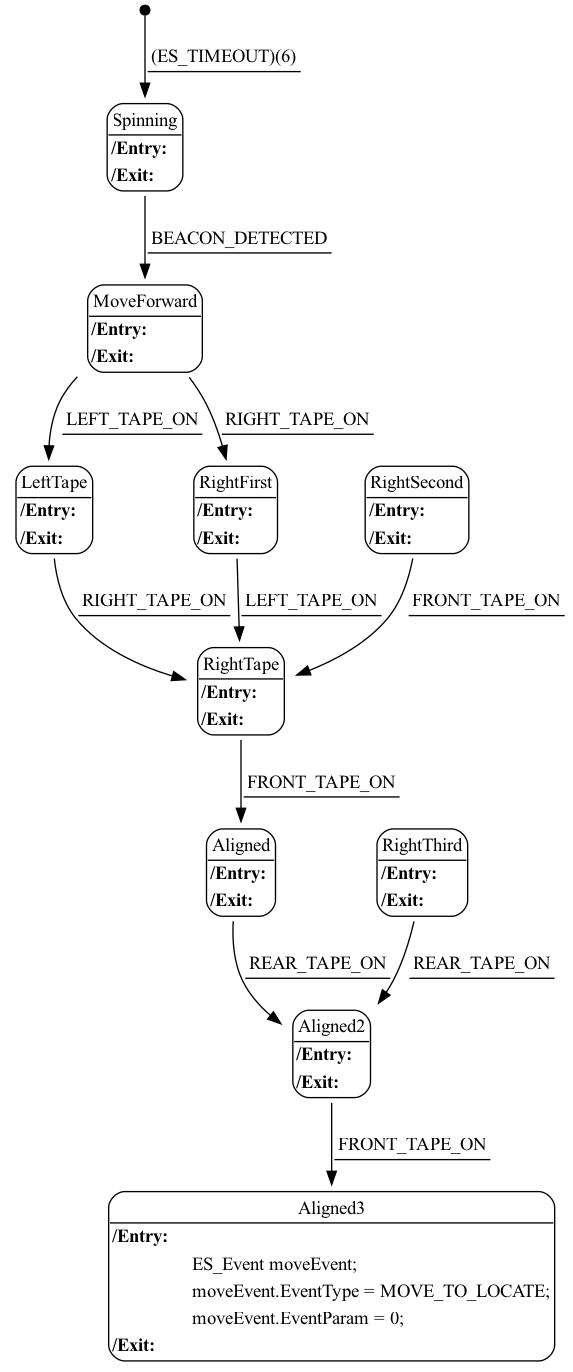
Before: final.X/StartingSubHSM.c.png, a diagram exported from Graphviz (kjconway5/ece118final). Its source is kept beside it as final.X/StartingSubHSM.c.gv. The source it was exported from:
```dot
digraph fsm {

InitPSubState[shape = "point", color = "black",style="filled",width=.1,forcelabels=false];

    node [shape=plaintext]

    Spinning [label=<<TABLE BORDER="1" CELLBORDER="0" CELLSPACING="0" style="rounded">
        <TR>
            <TD BORDER="1" SIDES="B">Spinning</TD>
        </TR>
        <TR>
            <TD ALIGN="LEFT"><B>/Entry: </B></TD>
        </TR>
        <TR>
            <TD ALIGN="LEFT"><B>/Exit: </B></TD>
        </TR>
</TABLE>>];


    MoveForward [label=<<TABLE BORDER="1" CELLBORDER="0" CELLSPACING="0" style="rounded">
        <TR>
            <TD BORDER="1" SIDES="B">MoveForward</TD>
        </TR>
        <TR>
            <TD ALIGN="LEFT"><B>/Entry: </B></TD>
        </TR>
        <TR>
            <TD ALIGN="LEFT"><B>/Exit: </B></TD>
        </TR>
</TABLE>>];


    LeftTape [label=<<TABLE BORDER="1" CELLBORDER="0" CELLSPACING="0" style="rounded">
        <TR>
            <TD BORDER="1" SIDES="B">LeftTape</TD>
        </TR>
        <TR>
            <TD ALIGN="LEFT"><B>/Entry: </B></TD>
        </TR>
        <TR>
            <TD ALIGN="LEFT"><B>/Exit: </B></TD>
        </TR>
</TABLE>>];


    RightTape [label=<<TABLE BORDER="1" CELLBORDER="0" CELLSPACING="0" style="rounded">
        <TR>
            <TD BORDER="1" SIDES="B">RightTape</TD>
        </TR>
        <TR>
            <TD ALIGN="LEFT"><B>/Entry: </B></TD>
        </TR>
        <TR>
            <TD ALIGN="LEFT"><B>/Exit: </B></TD>
        </TR>
</TABLE>>];


    Aligned [label=<<TABLE BORDER="1" CELLBORDER="0" CELLSPACING="0" style="rounded">
        <TR>
            <TD BORDER="1" SIDES="B">Aligned</TD>
        </TR>
        <TR>
            <TD ALIGN="LEFT"><B>/Entry: </B></TD>
        </TR>
        <TR>
            <TD ALIGN="LEFT"><B>/Exit: </B></TD>
        </TR>
</TABLE>>];


    Aligned2 [label=<<TABLE BORDER="1" CELLBORDER="0" CELLSPACING="0" style="rounded">
        <TR>
            <TD BORDER="1" SIDES="B">Aligned2</TD>
        </TR>
        <TR>
            <TD ALIGN="LEFT"><B>/Entry: </B></TD>
        </TR>
        <TR>
            <TD ALIGN="LEFT"><B>/Exit: </B></TD>
        </TR>
</TABLE>>];


    RightFirst [label=<<TABLE BORDER="1" CELLBORDER="0" CELLSPACING="0" style="rounded">
        <TR>
            <TD BORDER="1" SIDES="B">RightFirst</TD>
        </TR>
        <TR>
            <TD ALIGN="LEFT"><B>/Entry: </B></TD>
        </TR>
        <TR>
            <TD ALIGN="LEFT"><B>/Exit: </B></TD>
        </TR>
</TABLE>>];


    RightSecond [label=<<TABLE BORDER="1" CELLBORDER="0" CELLSPACING="0" style="rounded">
        <TR>
            <TD BORDER="1" SIDES="B">RightSecond</TD>
        </TR>
        <TR>
            <TD ALIGN="LEFT"><B>/Entry: </B></TD>
        </TR>
        <TR>
            <TD ALIGN="LEFT"><B>/Exit: </B></TD>
        </TR>
</TABLE>>];


    RightThird [label=<<TABLE BORDER="1" CELLBORDER="0" CELLSPACING="0" style="rounded">
        <TR>
            <TD BORDER="1" SIDES="B">RightThird</TD>
        </TR>
        <TR>
            <TD ALIGN="LEFT"><B>/Entry: </B></TD>
        </TR>
        <TR>
            <TD ALIGN="LEFT"><B>/Exit: </B></TD>
        </TR>
</TABLE>>];


    Aligned3 [label=<<TABLE BORDER="1" CELLBORDER="0" CELLSPACING="0" style="rounded">
        <TR>
            <TD BORDER="1" SIDES="B">Aligned3</TD>
        </TR>
        <TR>
            <TD ALIGN="LEFT"><B>/Entry: </B></TD>
        </TR>
        <TR><TD ALIGN="LEFT">                ES_Event moveEvent;</TD></TR>
        <TR><TD ALIGN="LEFT">                moveEvent.EventType = MOVE_TO_LOCATE;</TD></TR>
        <TR><TD ALIGN="LEFT">                moveEvent.EventParam = 0;</TD></TR>
        <TR>
            <TD ALIGN="LEFT"><B>/Exit: </B></TD>
        </TR>
</TABLE>>];



InitPSubState -> Spinning[label=<<TABLE BORDER="0" CELLBORDER="0">
        <TR><TD BORDER="1" SIDES="B">(ES_TIMEOUT)(6)</TD></TR>
        </TABLE>>];

Spinning -> MoveForward[label=<<TABLE BORDER="0" CELLBORDER="0">
        <TR><TD BORDER="1" SIDES="B">BEACON_DETECTED</TD></TR>
        </TABLE>>];

MoveForward -> LeftTape[label=<<TABLE BORDER="0" CELLBORDER="0">
        <TR><TD BORDER="1" SIDES="B">LEFT_TAPE_ON</TD></TR>
        </TABLE>>];

MoveForward -> RightFirst[label=<<TABLE BORDER="0" CELLBORDER="0">
        <TR><TD BORDER="1" SIDES="B">RIGHT_TAPE_ON</TD></TR>
        </TABLE>>];

LeftTape -> RightTape[label=<<TABLE BORDER="0" CELLBORDER="0">
        <TR><TD BORDER="1" SIDES="B">RIGHT_TAPE_ON</TD></TR>
        </TABLE>>];

RightTape -> Aligned[label=<<TABLE BORDER="0" CELLBORDER="0">
        <TR><TD BORDER="1" SIDES="B">FRONT_TAPE_ON</TD></TR>
        </TABLE>>];

Aligned -> Aligned2[label=<<TABLE BORDER="0" CELLBORDER="0">
        <TR><TD BORDER="1" SIDES="B">REAR_TAPE_ON</TD></TR>
        </TABLE>>];

Aligned2 -> Aligned3[label=<<TABLE BORDER="0" CELLBORDER="0">
        <TR><TD BORDER="1" SIDES="B">FRONT_TAPE_ON</TD></TR>
        </TABLE>>];

RightFirst -> RightTape[label=<<TABLE BORDER="0" CELLBORDER="0">
        <TR><TD BORDER="1" SIDES="B">LEFT_TAPE_ON</TD></TR>
        </TABLE>>];

RightSecond -> RightTape[label=<<TABLE BORDER="0" CELLBORDER="0">
        <TR><TD BORDER="1" SIDES="B">FRONT_TAPE_ON</TD></TR>
        </TABLE>>];

RightThird -> Aligned2[label=<<TABLE BORDER="0" CELLBORDER="0">
        <TR><TD BORDER="1" SIDES="B">REAR_TAPE_ON</TD></TR>
        </TABLE>>];


}
```
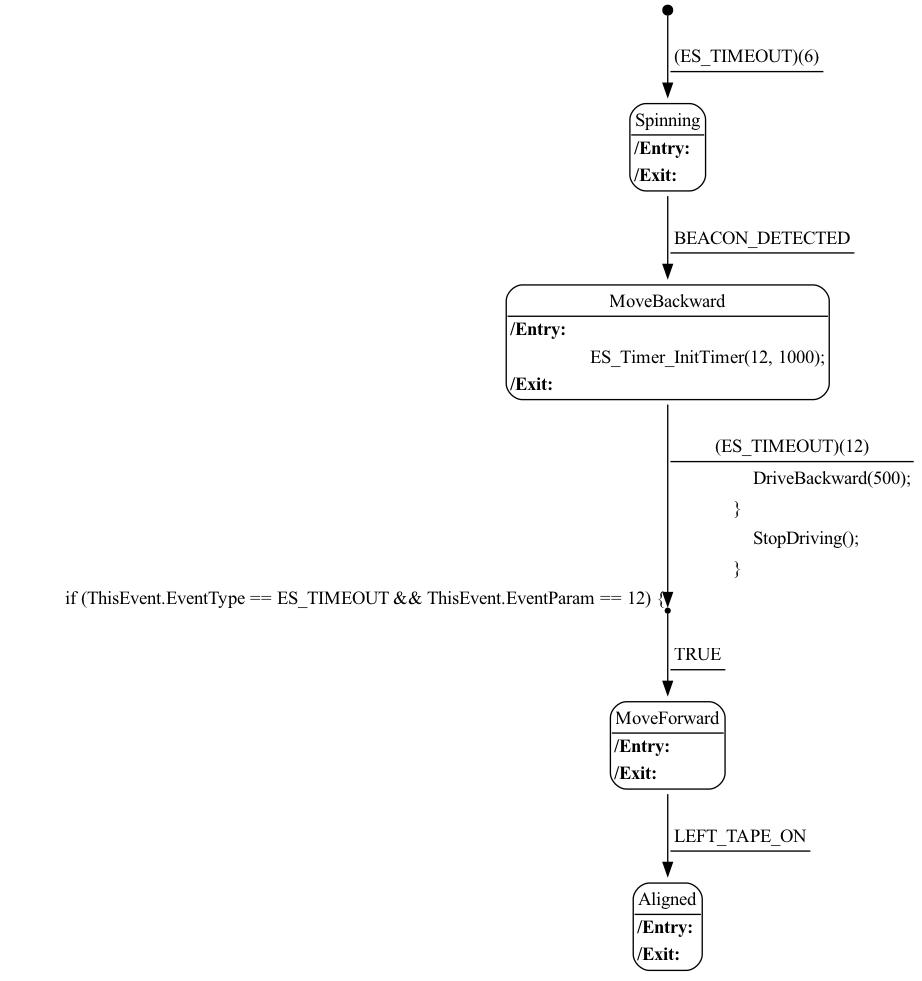
The same diagram one commit later.

The edit, as a diff of the source:
```diff
@@ -17,35 +17,23 @@
 </TABLE>>];
 
 
-    MoveForward [label=<<TABLE BORDER="1" CELLBORDER="0" CELLSPACING="0" style="rounded">
+    MoveBackward [label=<<TABLE BORDER="1" CELLBORDER="0" CELLSPACING="0" style="rounded">
         <TR>
-            <TD BORDER="1" SIDES="B">MoveForward</TD>
+            <TD BORDER="1" SIDES="B">MoveBackward</TD>
         </TR>
         <TR>
             <TD ALIGN="LEFT"><B>/Entry: </B></TD>
         </TR>
+        <TR><TD ALIGN="LEFT">                ES_Timer_InitTimer(12, 1000);</TD></TR>
         <TR>
             <TD ALIGN="LEFT"><B>/Exit: </B></TD>
         </TR>
 </TABLE>>];
 
 
-    LeftTape [label=<<TABLE BORDER="1" CELLBORDER="0" CELLSPACING="0" style="rounded">
+    MoveForward [label=<<TABLE BORDER="1" CELLBORDER="0" CELLSPACING="0" style="rounded">
         <TR>
-            <TD BORDER="1" SIDES="B">LeftTape</TD>
-        </TR>
-        <TR>
-            <TD ALIGN="LEFT"><B>/Entry: </B></TD>
-        </TR>
-        <TR>
-            <TD ALIGN="LEFT"><B>/Exit: </B></TD>
-        </TR>
-</TABLE>>];
-
-
-    RightTape [label=<<TABLE BORDER="1" CELLBORDER="0" CELLSPACING="0" style="rounded">
-        <TR>
-            <TD BORDER="1" SIDES="B">RightTape</TD>
+            <TD BORDER="1" SIDES="B">MoveForward</TD>
         </TR>
         <TR>
             <TD ALIGN="LEFT"><B>/Entry: </B></TD>
@@ -69,117 +57,32 @@
 </TABLE>>];
 
 
-    Aligned2 [label=<<TABLE BORDER="1" CELLBORDER="0" CELLSPACING="0" style="rounded">
-        <TR>
-            <TD BORDER="1" SIDES="B">Aligned2</TD>
-        </TR>
-        <TR>
-            <TD ALIGN="LEFT"><B>/Entry: </B></TD>
-        </TR>
-        <TR>
-            <TD ALIGN="LEFT"><B>/Exit: </B></TD>
-        </TR>
-</TABLE>>];
 
-
-    RightFirst [label=<<TABLE BORDER="1" CELLBORDER="0" CELLSPACING="0" style="rounded">
-        <TR>
-            <TD BORDER="1" SIDES="B">RightFirst</TD>
-        </TR>
-        <TR>
-            <TD ALIGN="LEFT"><B>/Entry: </B></TD>
-        </TR>
-        <TR>
-            <TD ALIGN="LEFT"><B>/Exit: </B></TD>
-        </TR>
-</TABLE>>];
-
-
-    RightSecond [label=<<TABLE BORDER="1" CELLBORDER="0" CELLSPACING="0" style="rounded">
-        <TR>
-            <TD BORDER="1" SIDES="B">RightSecond</TD>
-        </TR>
-        <TR>
-            <TD ALIGN="LEFT"><B>/Entry: </B></TD>
-        </TR>
-        <TR>
-            <TD ALIGN="LEFT"><B>/Exit: </B></TD>
-        </TR>
-</TABLE>>];
-
-
-    RightThird [label=<<TABLE BORDER="1" CELLBORDER="0" CELLSPACING="0" style="rounded">
-        <TR>
-            <TD BORDER="1" SIDES="B">RightThird</TD>
-        </TR>
-        <TR>
-            <TD ALIGN="LEFT"><B>/Entry: </B></TD>
-        </TR>
-        <TR>
-            <TD ALIGN="LEFT"><B>/Exit: </B></TD>
-        </TR>
-</TABLE>>];
-
-
-    Aligned3 [label=<<TABLE BORDER="1" CELLBORDER="0" CELLSPACING="0" style="rounded">
-        <TR>
-            <TD BORDER="1" SIDES="B">Aligned3</TD>
-        </TR>
-        <TR>
-            <TD ALIGN="LEFT"><B>/Entry: </B></TD>
-        </TR>
-        <TR><TD ALIGN="LEFT">                ES_Event moveEvent;</TD></TR>
-        <TR><TD ALIGN="LEFT">                moveEvent.EventType = MOVE_TO_LOCATE;</TD></TR>
-        <TR><TD ALIGN="LEFT">                moveEvent.EventParam = 0;</TD></TR>
-        <TR>
-            <TD ALIGN="LEFT"><B>/Exit: </B></TD>
-        </TR>
-</TABLE>>];
-
-
+    244 [shape=point, xlabel="            if (ThisEvent.EventType == ES_TIMEOUT && ThisEvent.EventParam == 12) {
+"];
 
 InitPSubState -> Spinning[label=<<TABLE BORDER="0" CELLBORDER="0">
         <TR><TD BORDER="1" SIDES="B">(ES_TIMEOUT)(6)</TD></TR>
         </TABLE>>];
 
-Spinning -> MoveForward[label=<<TABLE BORDER="0" CELLBORDER="0">
+Spinning -> MoveBackward[label=<<TABLE BORDER="0" CELLBORDER="0">
         <TR><TD BORDER="1" SIDES="B">BEACON_DETECTED</TD></TR>
         </TABLE>>];
 
-MoveForward -> LeftTape[label=<<TABLE BORDER="0" CELLBORDER="0">
-        <TR><TD BORDER="1" SIDES="B">LEFT_TAPE_ON</TD></TR>
+MoveBackward -> 244[label=<<TABLE BORDER="0" CELLBORDER="0">
+        <TR><TD BORDER="1" SIDES="B">(ES_TIMEOUT)(12)</TD></TR>
+            <TR><TD ALIGN="LEFT">                DriveBackward(500);</TD></TR>
+            <TR><TD ALIGN="LEFT">            }</TD></TR>
+            <TR><TD ALIGN="LEFT">                StopDriving();</TD></TR>
+            <TR><TD ALIGN="LEFT">            }</TD></TR>
         </TABLE>>];
 
-MoveForward -> RightFirst[label=<<TABLE BORDER="0" CELLBORDER="0">
-        <TR><TD BORDER="1" SIDES="B">RIGHT_TAPE_ON</TD></TR>
+244 -> MoveForward[label=<<TABLE BORDER="0" CELLBORDER="0">
+        <TR><TD BORDER="1" SIDES="B">TRUE</TD></TR>
         </TABLE>>];
 
-LeftTape -> RightTape[label=<<TABLE BORDER="0" CELLBORDER="0">
-        <TR><TD BORDER="1" SIDES="B">RIGHT_TAPE_ON</TD></TR>
-        </TABLE>>];
-
-RightTape -> Aligned[label=<<TABLE BORDER="0" CELLBORDER="0">
-        <TR><TD BORDER="1" SIDES="B">FRONT_TAPE_ON</TD></TR>
-        </TABLE>>];
-
-Aligned -> Aligned2[label=<<TABLE BORDER="0" CELLBORDER="0">
-        <TR><TD BORDER="1" SIDES="B">REAR_TAPE_ON</TD></TR>
-        </TABLE>>];
-
-Aligned2 -> Aligned3[label=<<TABLE BORDER="0" CELLBORDER="0">
-        <TR><TD BORDER="1" SIDES="B">FRONT_TAPE_ON</TD></TR>
-        </TABLE>>];
-
-RightFirst -> RightTape[label=<<TABLE BORDER="0" CELLBORDER="0">
+MoveForward -> Aligned[label=<<TABLE BORDER="0" CELLBORDER="0">
         <TR><TD BORDER="1" SIDES="B">LEFT_TAPE_ON</TD></TR>
-        </TABLE>>];
-
-RightSecond -> RightTape[label=<<TABLE BORDER="0" CELLBORDER="0">
-        <TR><TD BORDER="1" SIDES="B">FRONT_TAPE_ON</TD></TR>
-        </TABLE>>];
-
-RightThird -> Aligned2[label=<<TABLE BORDER="0" CELLBORDER="0">
-        <TR><TD BORDER="1" SIDES="B">REAR_TAPE_ON</TD></TR>
         </TABLE>>];
 
 
```
